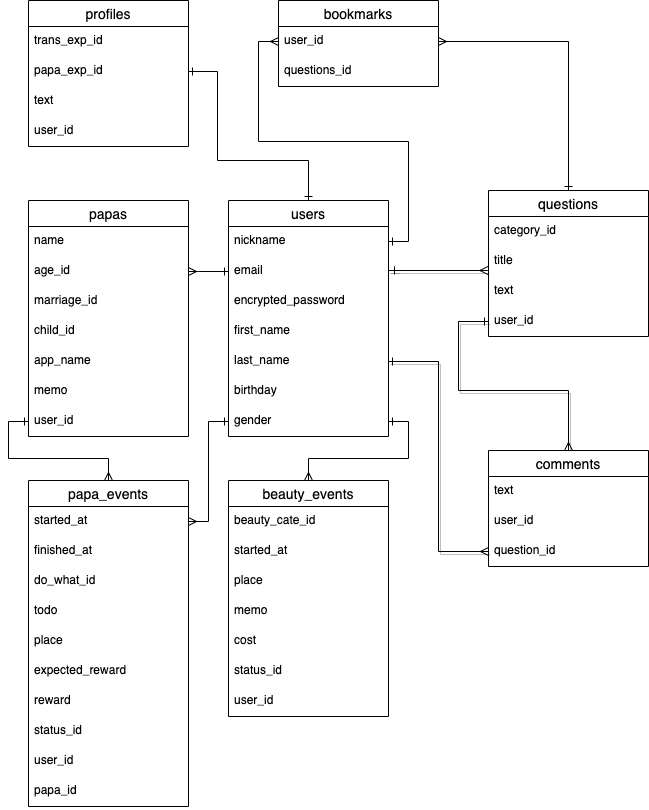
Earlier version of the draw.io export ER.drawio.png (Chukoto/wyvez). Source tidied: cells renumbered, new cells last; positions are measured from the earlier drawing's top-left corner, leaving out a move shared by most shapes. Source of this version:
```xml
<mxGraphModel>
  <root>
    <mxCell id="0" />
    <mxCell id="1" parent="0" />
    <mxCell id="2" style="edgeStyle=orthogonalEdgeStyle;rounded=0;jettySize=auto;html=1;entryX=-0.004;entryY=0.8;entryDx=0;entryDy=0;shadow=1;endArrow=ERmany;endFill=0;startArrow=ERone;startFill=0;entryPerimeter=0;" parent="1" edge="1" target="18">
      <mxGeometry relative="1" as="geometry">
        <mxPoint x="370" y="270" as="sourcePoint" />
        <Array as="points">
          <mxPoint x="360" y="270" />
        </Array>
      </mxGeometry>
    </mxCell>
    <mxCell id="3" style="edgeStyle=orthogonalEdgeStyle;rounded=0;jettySize=auto;html=1;exitX=0;exitY=0.5;exitDx=0;exitDy=0;shadow=1;endArrow=ERmany;endFill=0;startArrow=ERone;startFill=0;entryX=0.5;entryY=0;entryDx=0;entryDy=0;" parent="1" edge="1" source="20" target="21">
      <mxGeometry relative="1" as="geometry">
        <Array as="points">
          <mxPoint x="430" y="321" />
          <mxPoint x="430" y="390" />
          <mxPoint x="540" y="390" />
        </Array>
      </mxGeometry>
    </mxCell>
    <mxCell id="4" style="edgeStyle=orthogonalEdgeStyle;rounded=0;jettySize=auto;html=1;exitX=1;exitY=0.5;exitDx=0;exitDy=0;entryX=0;entryY=0.5;entryDx=0;entryDy=0;shadow=1;endArrow=ERmany;endFill=0;startArrow=ERone;startFill=0;" parent="1" edge="1" source="30" target="24">
      <mxGeometry relative="1" as="geometry" />
    </mxCell>
    <mxCell id="5" style="edgeStyle=orthogonalEdgeStyle;rounded=0;jettySize=auto;html=1;exitX=1;exitY=0.5;exitDx=0;exitDy=0;entryX=0;entryY=0.5;entryDx=0;entryDy=0;startArrow=ERone;startFill=0;endArrow=ERmany;endFill=0;" parent="1" edge="1" source="26" target="8">
      <mxGeometry relative="1" as="geometry" />
    </mxCell>
    <mxCell id="6" style="edgeStyle=orthogonalEdgeStyle;rounded=0;jettySize=auto;html=1;exitX=1;exitY=0.5;exitDx=0;exitDy=0;entryX=0.5;entryY=0;entryDx=0;entryDy=0;startArrow=ERmany;startFill=0;endArrow=ERone;endFill=0;" parent="1" edge="1" source="8" target="16">
      <mxGeometry relative="1" as="geometry">
        <Array as="points">
          <mxPoint x="540" y="41" />
        </Array>
      </mxGeometry>
    </mxCell>
    <mxCell id="7" value="bookmarks" style="swimlane;fontStyle=0;horizontal=1;startSize=26;align=center;fontSize=14;" parent="1" vertex="1">
      <mxGeometry x="250" width="160" height="86" as="geometry" />
    </mxCell>
    <mxCell id="8" value="user_id" style="text;strokeColor=none;fillColor=none;spacingLeft=4;spacingRight=4;overflow=hidden;points=[[0,0.5],[1,0.5]];portConstraint=eastwest;fontSize=12;" parent="7" vertex="1">
      <mxGeometry y="26" width="160" height="30" as="geometry" />
    </mxCell>
    <mxCell id="9" value="questions_id" style="text;strokeColor=none;fillColor=none;spacingLeft=4;spacingRight=4;overflow=hidden;fontSize=12;" parent="7" vertex="1">
      <mxGeometry y="56" width="160" height="30" as="geometry" />
    </mxCell>
    <mxCell id="10" value="profiles" style="swimlane;fontStyle=0;horizontal=1;startSize=26;align=center;fontSize=14;" parent="1" vertex="1">
      <mxGeometry width="160" height="146" as="geometry" />
    </mxCell>
    <mxCell id="11" value="trans_exp_id" style="text;strokeColor=none;fillColor=none;spacingLeft=4;spacingRight=4;overflow=hidden;fontSize=12;" parent="10" vertex="1">
      <mxGeometry y="26" width="160" height="30" as="geometry" />
    </mxCell>
    <mxCell id="12" value="papa_exp_id" style="text;strokeColor=none;fillColor=none;spacingLeft=4;spacingRight=4;overflow=hidden;points=[[0,0.5],[1,0.5]];portConstraint=eastwest;fontSize=12;" parent="10" vertex="1">
      <mxGeometry y="56" width="160" height="30" as="geometry" />
    </mxCell>
    <mxCell id="13" value="text" style="text;strokeColor=none;fillColor=none;spacingLeft=4;spacingRight=4;overflow=hidden;fontSize=12;" parent="10" vertex="1">
      <mxGeometry y="86" width="160" height="30" as="geometry" />
    </mxCell>
    <mxCell id="14" value="user_id" style="text;strokeColor=none;fillColor=none;spacingLeft=4;spacingRight=4;overflow=hidden;fontSize=12;" parent="10" vertex="1">
      <mxGeometry y="116" width="160" height="30" as="geometry" />
    </mxCell>
    <mxCell id="15" style="edgeStyle=orthogonalEdgeStyle;rounded=0;jettySize=auto;html=1;exitX=1;exitY=0.5;exitDx=0;exitDy=0;entryX=0.5;entryY=0;entryDx=0;entryDy=0;endArrow=ERone;endFill=0;startArrow=ERone;startFill=0;" parent="1" edge="1" source="12" target="25">
      <mxGeometry relative="1" as="geometry">
        <Array as="points">
          <mxPoint x="189" y="71" />
          <mxPoint x="189" y="160" />
          <mxPoint x="280" y="160" />
        </Array>
      </mxGeometry>
    </mxCell>
    <mxCell id="16" value="questions" style="swimlane;fontStyle=0;horizontal=1;startSize=26;align=center;fontSize=14;" parent="1" vertex="1">
      <mxGeometry x="460" y="190" width="160" height="146" as="geometry" />
    </mxCell>
    <mxCell id="17" value="category_id" style="text;strokeColor=none;fillColor=none;spacingLeft=4;spacingRight=4;overflow=hidden;fontSize=12;" parent="16" vertex="1">
      <mxGeometry y="26" width="160" height="30" as="geometry" />
    </mxCell>
    <mxCell id="18" value="title" style="text;strokeColor=none;fillColor=none;spacingLeft=4;spacingRight=4;overflow=hidden;points=[[0,0.5],[1,0.5]];portConstraint=eastwest;fontSize=12;" parent="16" vertex="1">
      <mxGeometry y="56" width="160" height="30" as="geometry" />
    </mxCell>
    <mxCell id="19" value="text" style="text;strokeColor=none;fillColor=none;spacingLeft=4;spacingRight=4;overflow=hidden;fontSize=12;" parent="16" vertex="1">
      <mxGeometry y="86" width="160" height="30" as="geometry" />
    </mxCell>
    <mxCell id="20" value="user_id" style="text;strokeColor=none;fillColor=none;spacingLeft=4;spacingRight=4;overflow=hidden;points=[[0,0.5],[1,0.5]];portConstraint=eastwest;fontSize=12;" parent="16" vertex="1">
      <mxGeometry y="116" width="160" height="30" as="geometry" />
    </mxCell>
    <mxCell id="21" value="comments" style="swimlane;fontStyle=0;horizontal=1;startSize=26;align=center;fontSize=14;" parent="1" vertex="1">
      <mxGeometry x="460" y="450" width="160" height="116" as="geometry" />
    </mxCell>
    <mxCell id="22" value="text" style="text;strokeColor=none;fillColor=none;spacingLeft=4;spacingRight=4;overflow=hidden;fontSize=12;" parent="21" vertex="1">
      <mxGeometry y="26" width="160" height="30" as="geometry" />
    </mxCell>
    <mxCell id="23" value="user_id" style="text;strokeColor=none;fillColor=none;spacingLeft=4;spacingRight=4;overflow=hidden;fontSize=12;" parent="21" vertex="1">
      <mxGeometry y="56" width="160" height="30" as="geometry" />
    </mxCell>
    <mxCell id="24" value="question_id" style="text;strokeColor=none;fillColor=none;spacingLeft=4;spacingRight=4;overflow=hidden;points=[[0,0.5],[1,0.5]];portConstraint=eastwest;fontSize=12;" parent="21" vertex="1">
      <mxGeometry y="86" width="160" height="30" as="geometry" />
    </mxCell>
    <mxCell id="25" value="users" style="swimlane;fontStyle=0;horizontal=1;startSize=26;align=center;fontSize=14;" parent="1" vertex="1">
      <mxGeometry x="200" y="200" width="160" height="236" as="geometry" />
    </mxCell>
    <mxCell id="26" value="nickname" style="text;strokeColor=none;fillColor=none;spacingLeft=4;spacingRight=4;overflow=hidden;points=[[0,0.5],[1,0.5]];portConstraint=eastwest;fontSize=12;" parent="25" vertex="1">
      <mxGeometry y="26" width="160" height="30" as="geometry" />
    </mxCell>
    <mxCell id="27" value="email" style="text;strokeColor=none;fillColor=none;spacingLeft=4;spacingRight=4;overflow=hidden;points=[[0,0.5],[1,0.5]];portConstraint=eastwest;fontSize=12;" parent="25" vertex="1">
      <mxGeometry y="56" width="160" height="30" as="geometry" />
    </mxCell>
    <mxCell id="28" value="encrypted_password" style="text;strokeColor=none;fillColor=none;spacingLeft=4;spacingRight=4;overflow=hidden;points=[[0,0.5],[1,0.5]];portConstraint=eastwest;fontSize=12;" parent="25" vertex="1">
      <mxGeometry y="86" width="160" height="30" as="geometry" />
    </mxCell>
    <mxCell id="29" value="first_name" style="text;strokeColor=none;fillColor=none;spacingLeft=4;spacingRight=4;overflow=hidden;fontSize=12;" parent="25" vertex="1">
      <mxGeometry y="116" width="160" height="30" as="geometry" />
    </mxCell>
    <mxCell id="30" value="last_name" style="text;strokeColor=none;fillColor=none;spacingLeft=4;spacingRight=4;overflow=hidden;points=[[0,0.5],[1,0.5]];portConstraint=eastwest;fontSize=12;" parent="25" vertex="1">
      <mxGeometry y="146" width="160" height="30" as="geometry" />
    </mxCell>
    <mxCell id="31" value="birthday" style="text;strokeColor=none;fillColor=none;spacingLeft=4;spacingRight=4;overflow=hidden;fontSize=12;" parent="25" vertex="1">
      <mxGeometry y="176" width="160" height="30" as="geometry" />
    </mxCell>
    <mxCell id="32" value="gender" style="text;strokeColor=none;fillColor=none;spacingLeft=4;spacingRight=4;overflow=hidden;points=[[0,0.5],[1,0.5]];portConstraint=eastwest;fontSize=12;" parent="25" vertex="1">
      <mxGeometry y="206" width="160" height="30" as="geometry" />
    </mxCell>
    <mxCell id="33" value="papas" style="swimlane;fontStyle=0;horizontal=1;startSize=26;align=center;fontSize=14;" parent="1" vertex="1">
      <mxGeometry y="200" width="160" height="236" as="geometry" />
    </mxCell>
    <mxCell id="34" value="name" style="text;strokeColor=none;fillColor=none;spacingLeft=4;spacingRight=4;overflow=hidden;fontSize=12;" parent="33" vertex="1">
      <mxGeometry y="26" width="160" height="30" as="geometry" />
    </mxCell>
    <mxCell id="35" value="age_id" style="text;strokeColor=none;fillColor=none;spacingLeft=4;spacingRight=4;overflow=hidden;fontSize=12;" parent="33" vertex="1">
      <mxGeometry y="56" width="160" height="30" as="geometry" />
    </mxCell>
    <mxCell id="36" value="marriage_id" style="text;strokeColor=none;fillColor=none;spacingLeft=4;spacingRight=4;overflow=hidden;fontSize=12;" parent="33" vertex="1">
      <mxGeometry y="86" width="160" height="30" as="geometry" />
    </mxCell>
    <mxCell id="37" value="child_id" style="text;strokeColor=none;fillColor=none;spacingLeft=4;spacingRight=4;overflow=hidden;fontSize=12;" parent="33" vertex="1">
      <mxGeometry y="116" width="160" height="30" as="geometry" />
    </mxCell>
    <mxCell id="38" value="app_name" style="text;strokeColor=none;fillColor=none;spacingLeft=4;spacingRight=4;overflow=hidden;fontSize=12;" parent="33" vertex="1">
      <mxGeometry y="146" width="160" height="30" as="geometry" />
    </mxCell>
    <mxCell id="39" value="memo" style="text;strokeColor=none;fillColor=none;spacingLeft=4;spacingRight=4;overflow=hidden;fontSize=12;" parent="33" vertex="1">
      <mxGeometry y="176" width="160" height="30" as="geometry" />
    </mxCell>
    <mxCell id="40" value="user_id" style="text;strokeColor=none;fillColor=none;spacingLeft=4;spacingRight=4;overflow=hidden;points=[[0,0.5],[1,0.5]];portConstraint=eastwest;fontSize=12;" parent="33" vertex="1">
      <mxGeometry y="206" width="160" height="30" as="geometry" />
    </mxCell>
    <mxCell id="41" style="edgeStyle=orthogonalEdgeStyle;rounded=0;jettySize=auto;html=1;entryX=0;entryY=0.5;entryDx=0;entryDy=0;startArrow=ERmany;startFill=0;endArrow=ERone;endFill=0;" parent="1" edge="1" target="27">
      <mxGeometry relative="1" as="geometry">
        <mxPoint x="160" y="271" as="sourcePoint" />
        <Array as="points">
          <mxPoint x="170" y="271" />
          <mxPoint x="170" y="271" />
        </Array>
      </mxGeometry>
    </mxCell>
    <mxCell id="42" style="edgeStyle=orthogonalEdgeStyle;rounded=0;jettySize=auto;html=1;exitX=0.5;exitY=0;exitDx=0;exitDy=0;entryX=0;entryY=0.5;entryDx=0;entryDy=0;startArrow=ERmany;startFill=0;endArrow=ERone;endFill=0;" parent="1" edge="1" source="43" target="40">
      <mxGeometry relative="1" as="geometry" />
    </mxCell>
    <mxCell id="43" value="papa_events" style="swimlane;fontStyle=0;horizontal=1;startSize=26;align=center;fontSize=14;" parent="1" vertex="1">
      <mxGeometry y="480" width="160" height="326" as="geometry" />
    </mxCell>
    <mxCell id="44" value="started_at" style="text;strokeColor=none;fillColor=none;spacingLeft=4;spacingRight=4;overflow=hidden;points=[[0,0.5],[1,0.5]];portConstraint=eastwest;fontSize=12;" parent="43" vertex="1">
      <mxGeometry y="26" width="160" height="30" as="geometry" />
    </mxCell>
    <mxCell id="45" value="finished_at" style="text;strokeColor=none;fillColor=none;spacingLeft=4;spacingRight=4;overflow=hidden;fontSize=12;" parent="43" vertex="1">
      <mxGeometry y="56" width="160" height="30" as="geometry" />
    </mxCell>
    <mxCell id="46" value="do_what_id" style="text;strokeColor=none;fillColor=none;spacingLeft=4;spacingRight=4;overflow=hidden;fontSize=12;" parent="43" vertex="1">
      <mxGeometry y="86" width="160" height="30" as="geometry" />
    </mxCell>
    <mxCell id="47" value="todo" style="text;strokeColor=none;fillColor=none;spacingLeft=4;spacingRight=4;overflow=hidden;fontSize=12;" parent="43" vertex="1">
      <mxGeometry y="116" width="160" height="30" as="geometry" />
    </mxCell>
    <mxCell id="48" value="place" style="text;strokeColor=none;fillColor=none;spacingLeft=4;spacingRight=4;overflow=hidden;fontSize=12;" parent="43" vertex="1">
      <mxGeometry y="146" width="160" height="30" as="geometry" />
    </mxCell>
    <mxCell id="49" value="expected_reward" style="text;strokeColor=none;fillColor=none;spacingLeft=4;spacingRight=4;overflow=hidden;fontSize=12;" parent="43" vertex="1">
      <mxGeometry y="176" width="160" height="30" as="geometry" />
    </mxCell>
    <mxCell id="50" value="reward" style="text;strokeColor=none;fillColor=none;spacingLeft=4;spacingRight=4;overflow=hidden;fontSize=12;" parent="43" vertex="1">
      <mxGeometry y="206" width="160" height="30" as="geometry" />
    </mxCell>
    <mxCell id="51" value="status_id" style="text;strokeColor=none;fillColor=none;spacingLeft=4;spacingRight=4;overflow=hidden;fontSize=12;" parent="43" vertex="1">
      <mxGeometry y="236" width="160" height="30" as="geometry" />
    </mxCell>
    <mxCell id="52" value="user_id" style="text;strokeColor=none;fillColor=none;spacingLeft=4;spacingRight=4;overflow=hidden;fontSize=12;" parent="43" vertex="1">
      <mxGeometry y="266" width="160" height="30" as="geometry" />
    </mxCell>
    <mxCell id="53" value="papa_id" style="text;strokeColor=none;fillColor=none;spacingLeft=4;spacingRight=4;overflow=hidden;fontSize=12;" parent="43" vertex="1">
      <mxGeometry y="296" width="160" height="30" as="geometry" />
    </mxCell>
    <mxCell id="54" style="edgeStyle=orthogonalEdgeStyle;rounded=0;jettySize=auto;html=1;entryX=0;entryY=0.5;entryDx=0;entryDy=0;endArrow=ERone;endFill=0;startArrow=ERmany;startFill=0;exitX=1;exitY=0.5;exitDx=0;exitDy=0;" parent="1" edge="1" source="44" target="32">
      <mxGeometry relative="1" as="geometry">
        <Array as="points">
          <mxPoint x="180" y="521" />
          <mxPoint x="180" y="421" />
        </Array>
      </mxGeometry>
    </mxCell>
    <mxCell id="55" style="edgeStyle=orthogonalEdgeStyle;rounded=0;jettySize=auto;html=1;exitX=0.5;exitY=0;exitDx=0;exitDy=0;entryX=1;entryY=0.5;entryDx=0;entryDy=0;endArrow=ERone;endFill=0;startArrow=ERmany;startFill=0;" parent="1" edge="1" source="56" target="32">
      <mxGeometry relative="1" as="geometry" />
    </mxCell>
    <mxCell id="56" value="beauty_events" style="swimlane;fontStyle=0;horizontal=1;startSize=26;align=center;fontSize=14;" parent="1" vertex="1">
      <mxGeometry x="200" y="480" width="160" height="236" as="geometry" />
    </mxCell>
    <mxCell id="57" value="beauty_cate_id" style="text;strokeColor=none;fillColor=none;spacingLeft=4;spacingRight=4;overflow=hidden;fontSize=12;" parent="56" vertex="1">
      <mxGeometry y="26" width="160" height="30" as="geometry" />
    </mxCell>
    <mxCell id="58" value="started_at" style="text;strokeColor=none;fillColor=none;spacingLeft=4;spacingRight=4;overflow=hidden;fontSize=12;" parent="56" vertex="1">
      <mxGeometry y="56" width="160" height="30" as="geometry" />
    </mxCell>
    <mxCell id="59" value="place" style="text;strokeColor=none;fillColor=none;spacingLeft=4;spacingRight=4;overflow=hidden;fontSize=12;" parent="56" vertex="1">
      <mxGeometry y="86" width="160" height="30" as="geometry" />
    </mxCell>
    <mxCell id="60" value="memo" style="text;strokeColor=none;fillColor=none;spacingLeft=4;spacingRight=4;overflow=hidden;fontSize=12;" parent="56" vertex="1">
      <mxGeometry y="116" width="160" height="30" as="geometry" />
    </mxCell>
    <mxCell id="61" value="cost" style="text;strokeColor=none;fillColor=none;spacingLeft=4;spacingRight=4;overflow=hidden;fontSize=12;" parent="56" vertex="1">
      <mxGeometry y="146" width="160" height="30" as="geometry" />
    </mxCell>
    <mxCell id="62" value="status_id" style="text;strokeColor=none;fillColor=none;spacingLeft=4;spacingRight=4;overflow=hidden;fontSize=12;" parent="56" vertex="1">
      <mxGeometry y="176" width="160" height="30" as="geometry" />
    </mxCell>
    <mxCell id="63" value="user_id" style="text;strokeColor=none;fillColor=none;spacingLeft=4;spacingRight=4;overflow=hidden;fontSize=12;" parent="56" vertex="1">
      <mxGeometry y="206" width="160" height="30" as="geometry" />
    </mxCell>
  </root>
</mxGraphModel>
```
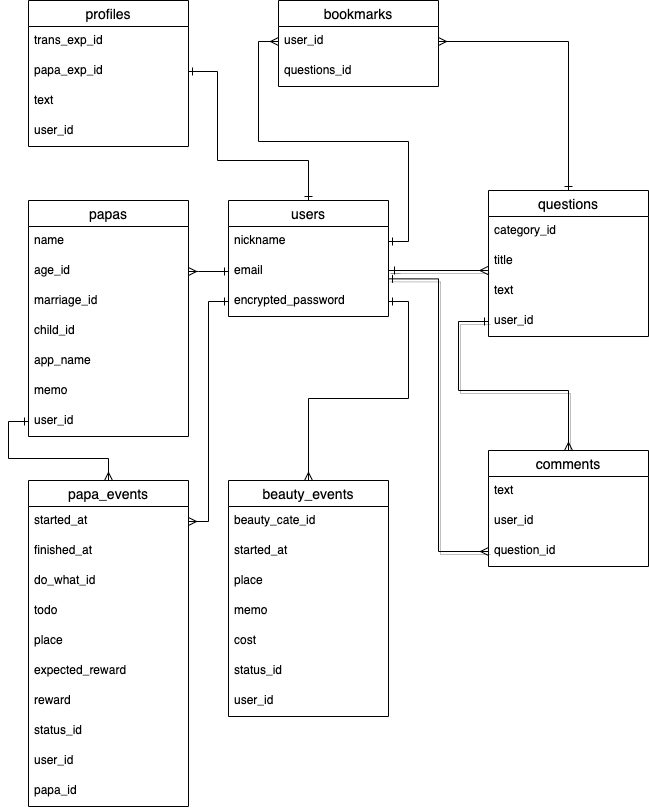
After the commit.

Commit message:
ER図とReadMe　余計なカラム削除

Diff of the diagram source:
```diff
@@ -19,7 +19,7 @@
         </Array>
       </mxGeometry>
     </mxCell>
-    <mxCell id="4" style="edgeStyle=orthogonalEdgeStyle;rounded=0;jettySize=auto;html=1;exitX=1;exitY=0.5;exitDx=0;exitDy=0;entryX=0;entryY=0.5;entryDx=0;entryDy=0;shadow=1;endArrow=ERmany;endFill=0;startArrow=ERone;startFill=0;" parent="1" edge="1" source="30" target="24">
+    <mxCell id="4" style="edgeStyle=orthogonalEdgeStyle;rounded=0;jettySize=auto;html=1;exitX=1;exitY=0.745;exitDx=0;exitDy=0;entryX=0;entryY=0.5;entryDx=0;entryDy=0;shadow=1;endArrow=ERmany;endFill=0;startArrow=ERone;startFill=0;exitPerimeter=0;" parent="1" edge="1" source="27" target="24">
       <mxGeometry relative="1" as="geometry" />
     </mxCell>
     <mxCell id="5" style="edgeStyle=orthogonalEdgeStyle;rounded=0;jettySize=auto;html=1;exitX=1;exitY=0.5;exitDx=0;exitDy=0;entryX=0;entryY=0.5;entryDx=0;entryDy=0;startArrow=ERone;startFill=0;endArrow=ERmany;endFill=0;" parent="1" edge="1" source="26" target="8">
@@ -93,7 +93,7 @@
       <mxGeometry y="86" width="160" height="30" as="geometry" />
     </mxCell>
     <mxCell id="25" value="users" style="swimlane;fontStyle=0;horizontal=1;startSize=26;align=center;fontSize=14;" parent="1" vertex="1">
-      <mxGeometry x="200" y="200" width="160" height="236" as="geometry" />
+      <mxGeometry x="200" y="200" width="160" height="116" as="geometry" />
     </mxCell>
     <mxCell id="26" value="nickname" style="text;strokeColor=none;fillColor=none;spacingLeft=4;spacingRight=4;overflow=hidden;points=[[0,0.5],[1,0.5]];portConstraint=eastwest;fontSize=12;" parent="25" vertex="1">
       <mxGeometry y="26" width="160" height="30" as="geometry" />
@@ -104,18 +104,6 @@
     <mxCell id="28" value="encrypted_password" style="text;strokeColor=none;fillColor=none;spacingLeft=4;spacingRight=4;overflow=hidden;points=[[0,0.5],[1,0.5]];portConstraint=eastwest;fontSize=12;" parent="25" vertex="1">
       <mxGeometry y="86" width="160" height="30" as="geometry" />
     </mxCell>
-    <mxCell id="29" value="first_name" style="text;strokeColor=none;fillColor=none;spacingLeft=4;spacingRight=4;overflow=hidden;fontSize=12;" parent="25" vertex="1">
-      <mxGeometry y="116" width="160" height="30" as="geometry" />
-    </mxCell>
-    <mxCell id="30" value="last_name" style="text;strokeColor=none;fillColor=none;spacingLeft=4;spacingRight=4;overflow=hidden;points=[[0,0.5],[1,0.5]];portConstraint=eastwest;fontSize=12;" parent="25" vertex="1">
-      <mxGeometry y="146" width="160" height="30" as="geometry" />
-    </mxCell>
-    <mxCell id="31" value="birthday" style="text;strokeColor=none;fillColor=none;spacingLeft=4;spacingRight=4;overflow=hidden;fontSize=12;" parent="25" vertex="1">
-      <mxGeometry y="176" width="160" height="30" as="geometry" />
-    </mxCell>
-    <mxCell id="32" value="gender" style="text;strokeColor=none;fillColor=none;spacingLeft=4;spacingRight=4;overflow=hidden;points=[[0,0.5],[1,0.5]];portConstraint=eastwest;fontSize=12;" parent="25" vertex="1">
-      <mxGeometry y="206" width="160" height="30" as="geometry" />
-    </mxCell>
     <mxCell id="33" value="papas" style="swimlane;fontStyle=0;horizontal=1;startSize=26;align=center;fontSize=14;" parent="1" vertex="1">
       <mxGeometry y="200" width="160" height="236" as="geometry" />
     </mxCell>
@@ -185,15 +173,15 @@
     <mxCell id="53" value="papa_id" style="text;strokeColor=none;fillColor=none;spacingLeft=4;spacingRight=4;overflow=hidden;fontSize=12;" parent="43" vertex="1">
       <mxGeometry y="296" width="160" height="30" as="geometry" />
     </mxCell>
-    <mxCell id="54" style="edgeStyle=orthogonalEdgeStyle;rounded=0;jettySize=auto;html=1;entryX=0;entryY=0.5;entryDx=0;entryDy=0;endArrow=ERone;endFill=0;startArrow=ERmany;startFill=0;exitX=1;exitY=0.5;exitDx=0;exitDy=0;" parent="1" edge="1" source="44" target="32">
+    <mxCell id="54" style="edgeStyle=orthogonalEdgeStyle;rounded=0;jettySize=auto;html=1;entryX=0;entryY=0.5;entryDx=0;entryDy=0;endArrow=ERone;endFill=0;startArrow=ERmany;startFill=0;exitX=1;exitY=0.5;exitDx=0;exitDy=0;" parent="1" edge="1" source="44" target="28">
       <mxGeometry relative="1" as="geometry">
         <Array as="points">
           <mxPoint x="180" y="521" />
-          <mxPoint x="180" y="421" />
+          <mxPoint x="180" y="301" />
         </Array>
       </mxGeometry>
     </mxCell>
-    <mxCell id="55" style="edgeStyle=orthogonalEdgeStyle;rounded=0;jettySize=auto;html=1;exitX=0.5;exitY=0;exitDx=0;exitDy=0;entryX=1;entryY=0.5;entryDx=0;entryDy=0;endArrow=ERone;endFill=0;startArrow=ERmany;startFill=0;" parent="1" edge="1" source="56" target="32">
+    <mxCell id="55" style="edgeStyle=orthogonalEdgeStyle;rounded=0;jettySize=auto;html=1;exitX=0.5;exitY=0;exitDx=0;exitDy=0;endArrow=ERone;endFill=0;startArrow=ERmany;startFill=0;" parent="1" edge="1" source="56" target="28">
       <mxGeometry relative="1" as="geometry" />
     </mxCell>
     <mxCell id="56" value="beauty_events" style="swimlane;fontStyle=0;horizontal=1;startSize=26;align=center;fontSize=14;" parent="1" vertex="1">
```
